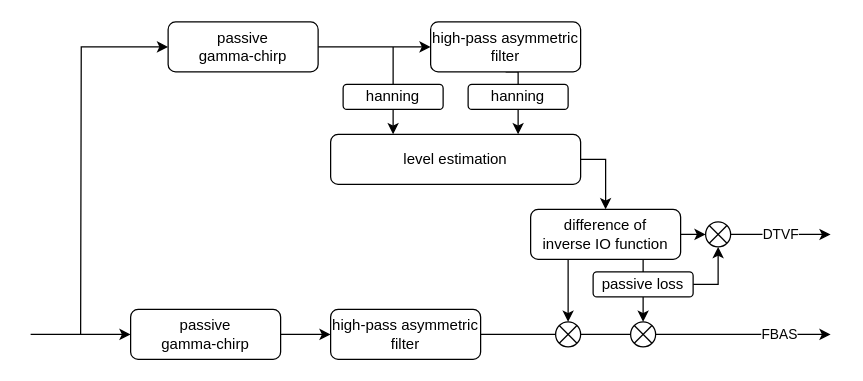
Above: WHIS-Blockdiagramm-analysis.drawio in dirkbr/draw.io (draw.io), before the change. Source tidied: cells renumbered, new cells numbered last; positions are measured from the earlier drawing's top-left corner, leaving out a move shared by most shapes. Both pictures are drawn from the tidied source at 125%, with x=0, y=0 at pixel (30, 21).
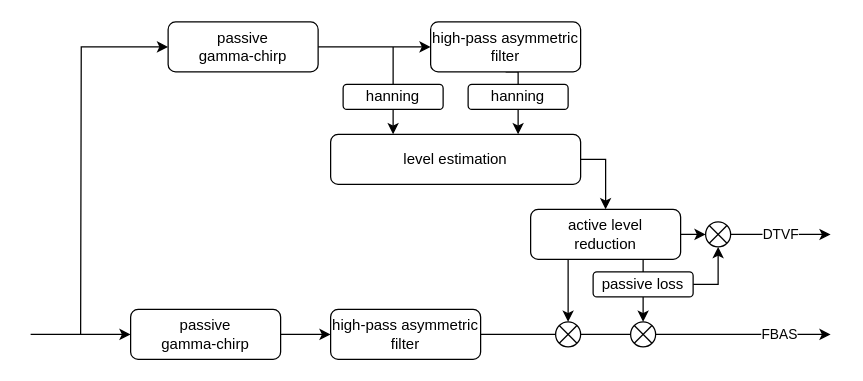
The same page after the edit.

Change to the diagram source:
```diff
@@
-    <mxCell id="17" value="&lt;div&gt;difference of&lt;/div&gt;&lt;div&gt;inverse IO function&lt;/div&gt;" style="rounded=1;whiteSpace=wrap;html=1;" parent="1" vertex="1">
+    <mxCell id="17" value="&lt;div&gt;active level&lt;/div&gt;&lt;div&gt;reduction&lt;br&gt;&lt;/div&gt;" style="rounded=1;whiteSpace=wrap;html=1;" parent="1" vertex="1">
       <mxGeometry x="400" y="150" width="120" height="40" as="geometry" />
     </mxCell>
```
